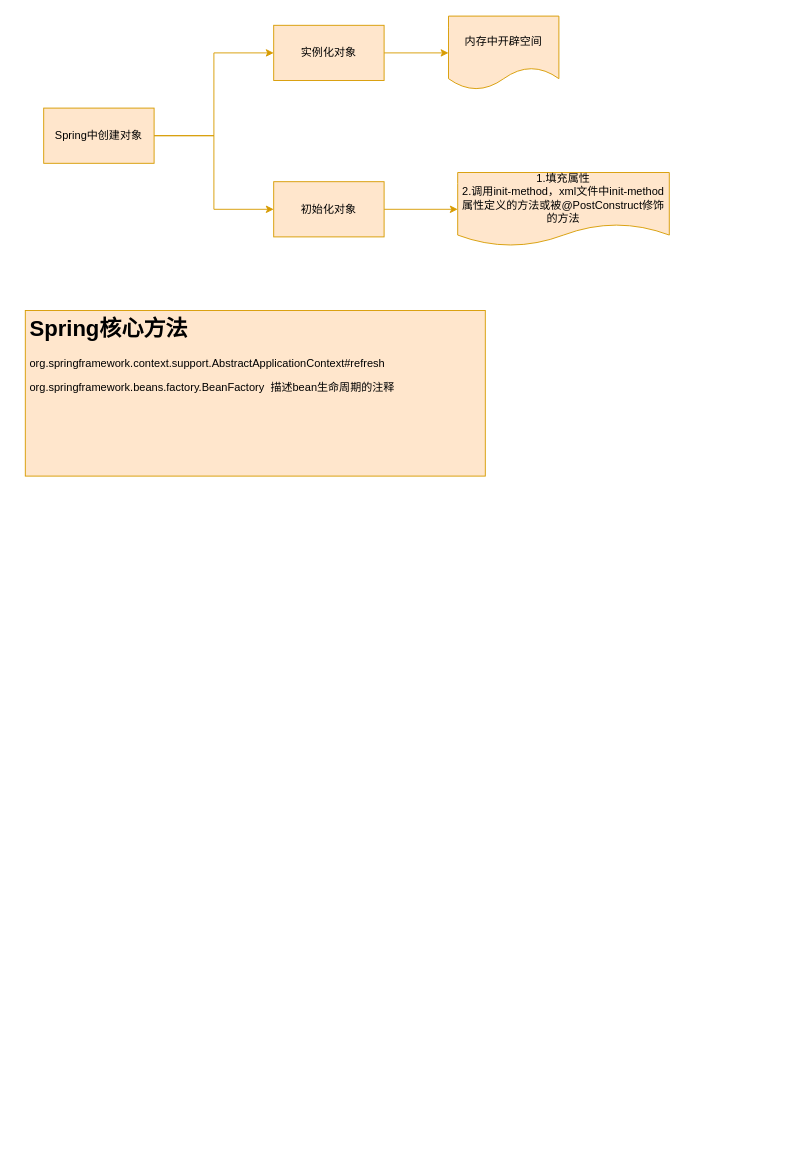
The draw.io diagram learn/spring.drawio in wenjunting50779/spring_learn, before the edit. Source tidied: cells renumbered, new cells numbered last; positions are measured from the earlier drawing's top-left corner, leaving out a move shared by most shapes. Both pictures are drawn from the tidied source at 92%, with x=0, y=0 at pixel (25, 16).
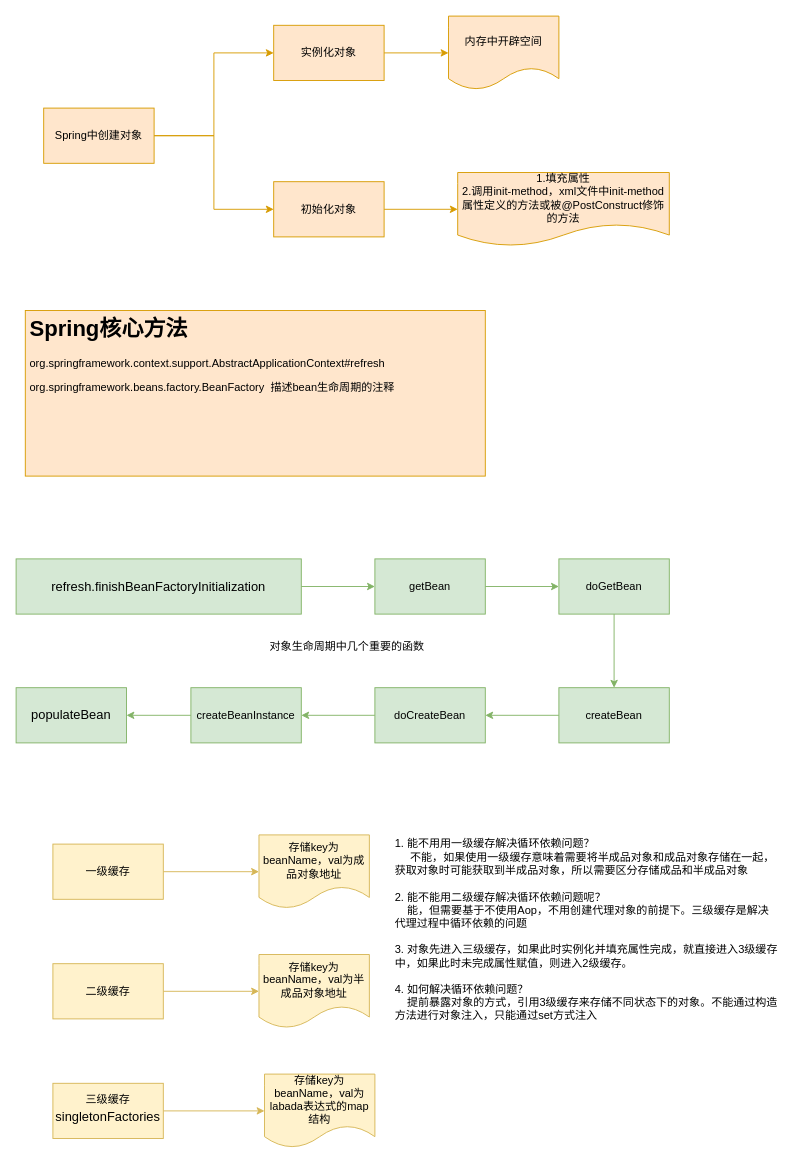
Above is the later version.

Diff of the diagram source:
```diff
@@
+    <mxCell id="12" style="edgeStyle=orthogonalEdgeStyle;rounded=0;jettySize=auto;html=1;exitX=1;exitY=0.5;exitDx=0;exitDy=0;fillColor=#d5e8d4;strokeColor=#82b366;" parent="1" edge="1" source="13" target="15">
+      <mxGeometry relative="1" as="geometry" />
+    </mxCell>
+    <mxCell id="13" value="&lt;div style=&quot;text-align: left ; line-height: 1.75 ; font-size: 14px&quot;&gt;refresh.&lt;span&gt;finishBeanFactoryInitialization&lt;/span&gt;&lt;/div&gt;" style="rounded=0;whiteSpace=wrap;html=1;fillColor=#d5e8d4;strokeColor=#82b366;" parent="1" vertex="1">
+      <mxGeometry x="-10" y="590" width="310" height="60" as="geometry" />
+    </mxCell>
+    <mxCell id="14" style="edgeStyle=orthogonalEdgeStyle;rounded=0;jettySize=auto;html=1;exitX=1;exitY=0.5;exitDx=0;exitDy=0;entryX=0;entryY=0.5;entryDx=0;entryDy=0;fillColor=#d5e8d4;strokeColor=#82b366;" parent="1" edge="1" source="15" target="17">
+      <mxGeometry relative="1" as="geometry" />
+    </mxCell>
+    <mxCell id="15" value="getBean" style="rounded=0;whiteSpace=wrap;html=1;fillColor=#d5e8d4;strokeColor=#82b366;" parent="1" vertex="1">
+      <mxGeometry x="380" y="590" width="120" height="60" as="geometry" />
+    </mxCell>
+    <mxCell id="16" style="edgeStyle=orthogonalEdgeStyle;rounded=0;jettySize=auto;html=1;exitX=0.5;exitY=1;exitDx=0;exitDy=0;entryX=0.5;entryY=0;entryDx=0;entryDy=0;fillColor=#d5e8d4;strokeColor=#82b366;" parent="1" edge="1" source="17" target="19">
+      <mxGeometry relative="1" as="geometry" />
+    </mxCell>
+    <mxCell id="17" value="doGetBean" style="rounded=0;whiteSpace=wrap;html=1;fillColor=#d5e8d4;strokeColor=#82b366;" parent="1" vertex="1">
+      <mxGeometry x="580" y="590" width="120" height="60" as="geometry" />
+    </mxCell>
+    <mxCell id="18" style="edgeStyle=orthogonalEdgeStyle;rounded=0;jettySize=auto;html=1;exitX=0;exitY=0.5;exitDx=0;exitDy=0;entryX=1;entryY=0.5;entryDx=0;entryDy=0;fillColor=#d5e8d4;strokeColor=#82b366;" parent="1" edge="1" source="19" target="21">
+      <mxGeometry relative="1" as="geometry" />
+    </mxCell>
+    <mxCell id="19" value="createBean" style="rounded=0;whiteSpace=wrap;html=1;fillColor=#d5e8d4;strokeColor=#82b366;" parent="1" vertex="1">
+      <mxGeometry x="580" y="730" width="120" height="60" as="geometry" />
+    </mxCell>
+    <mxCell id="20" style="edgeStyle=orthogonalEdgeStyle;rounded=0;jettySize=auto;html=1;exitX=0;exitY=0.5;exitDx=0;exitDy=0;entryX=1;entryY=0.5;entryDx=0;entryDy=0;fillColor=#d5e8d4;strokeColor=#82b366;" parent="1" edge="1" source="21" target="23">
+      <mxGeometry relative="1" as="geometry" />
+    </mxCell>
+    <mxCell id="21" value="doCreateBean" style="rounded=0;whiteSpace=wrap;html=1;fillColor=#d5e8d4;strokeColor=#82b366;" parent="1" vertex="1">
+      <mxGeometry x="380" y="730" width="120" height="60" as="geometry" />
+    </mxCell>
+    <mxCell id="22" style="edgeStyle=orthogonalEdgeStyle;rounded=0;jettySize=auto;html=1;fillColor=#d5e8d4;strokeColor=#82b366;" parent="1" edge="1" source="23" target="24">
+      <mxGeometry relative="1" as="geometry" />
+    </mxCell>
+    <mxCell id="23" value="createBeanInstance" style="rounded=0;whiteSpace=wrap;html=1;fillColor=#d5e8d4;strokeColor=#82b366;" parent="1" vertex="1">
+      <mxGeometry x="180" y="730" width="120" height="60" as="geometry" />
+    </mxCell>
+    <mxCell id="24" value="&lt;div style=&quot;text-align: left ; line-height: 1.75 ; font-size: 14px&quot;&gt;populateBean&lt;/div&gt;" style="rounded=0;whiteSpace=wrap;html=1;fillColor=#d5e8d4;strokeColor=#82b366;" parent="1" vertex="1">
+      <mxGeometry x="-10" y="730" width="120" height="60" as="geometry" />
+    </mxCell>
+    <mxCell id="25" style="edgeStyle=orthogonalEdgeStyle;rounded=0;jettySize=auto;html=1;exitX=1;exitY=0.5;exitDx=0;exitDy=0;entryX=0;entryY=0.5;entryDx=0;entryDy=0;fillColor=#fff2cc;strokeColor=#d6b656;" parent="1" edge="1" source="26" target="33">
+      <mxGeometry relative="1" as="geometry" />
+    </mxCell>
+    <mxCell id="26" value="一级缓存" style="rounded=0;whiteSpace=wrap;html=1;fillColor=#fff2cc;strokeColor=#d6b656;" parent="1" vertex="1">
+      <mxGeometry x="30" y="900" width="120" height="60" as="geometry" />
+    </mxCell>
+    <mxCell id="27" style="edgeStyle=orthogonalEdgeStyle;rounded=0;jettySize=auto;html=1;exitX=1;exitY=0.5;exitDx=0;exitDy=0;entryX=0;entryY=0.5;entryDx=0;entryDy=0;fillColor=#fff2cc;strokeColor=#d6b656;" parent="1" edge="1" source="28" target="32">
+      <mxGeometry relative="1" as="geometry" />
+    </mxCell>
+    <mxCell id="28" value="二级缓存" style="rounded=0;whiteSpace=wrap;html=1;fillColor=#fff2cc;strokeColor=#d6b656;" parent="1" vertex="1">
+      <mxGeometry x="30" y="1030" width="120" height="60" as="geometry" />
+    </mxCell>
+    <mxCell id="29" style="edgeStyle=orthogonalEdgeStyle;rounded=0;jettySize=auto;html=1;exitX=1;exitY=0.5;exitDx=0;exitDy=0;entryX=0;entryY=0.5;entryDx=0;entryDy=0;fillColor=#fff2cc;strokeColor=#d6b656;" parent="1" edge="1" source="30" target="31">
+      <mxGeometry relative="1" as="geometry" />
+    </mxCell>
+    <mxCell id="30" value="三级缓存&lt;br&gt;&lt;div style=&quot;text-align: left ; line-height: 1.75 ; font-size: 14px&quot;&gt;singletonFactories&lt;/div&gt;" style="rounded=0;whiteSpace=wrap;html=1;fillColor=#fff2cc;strokeColor=#d6b656;" parent="1" vertex="1">
+      <mxGeometry x="30" y="1160" width="120" height="60" as="geometry" />
+    </mxCell>
+    <mxCell id="31" value="存储key为beanName，val为labada表达式的map结构" style="shape=document;whiteSpace=wrap;html=1;boundedLbl=1;fillColor=#fff2cc;strokeColor=#d6b656;" parent="1" vertex="1">
+      <mxGeometry x="260" y="1150" width="120" height="80" as="geometry" />
+    </mxCell>
+    <mxCell id="32" value="存储key为beanName，val为半成品对象地址" style="shape=document;whiteSpace=wrap;html=1;boundedLbl=1;fillColor=#fff2cc;strokeColor=#d6b656;" parent="1" vertex="1">
+      <mxGeometry x="254" y="1020" width="120" height="80" as="geometry" />
+    </mxCell>
+    <mxCell id="33" value="存储key为beanName，val为成品对象地址" style="shape=document;whiteSpace=wrap;html=1;boundedLbl=1;fillColor=#fff2cc;strokeColor=#d6b656;" parent="1" vertex="1">
+      <mxGeometry x="254" y="890" width="120" height="80" as="geometry" />
+    </mxCell>
+    <mxCell id="34" value="1. 能不用用一级缓存解决循环依赖问题？&lt;br&gt;&amp;nbsp; &amp;nbsp; &amp;nbsp;不能，如果使用一级缓存意味着需要将半成品对象和成品对象存储在一起，获取对象时可能获取到半成品对象，所以需要区分存储成品和半成品对象&lt;br&gt;&lt;br&gt;2. 能不能用二级缓存解决循环依赖问题呢？&lt;br&gt;&amp;nbsp; &amp;nbsp; 能，但需要基于不使用Aop，不用创建代理对象的前提下。三级缓存是解决代理过程中循环依赖的问题&lt;br&gt;&lt;br&gt;3. 对象先进入三级缓存，如果此时实例化并填充属性完成，就直接进入3级缓存中，如果此时未完成属性赋值，则进入2级缓存。&lt;br&gt;&lt;br&gt;4. 如何解决循环依赖问题？&lt;br&gt;&amp;nbsp; &amp;nbsp; 提前暴露对象的方式，引用3级缓存来存储不同状态下的对象。不能通过构造方法进行对象注入，只能通过set方式注入&lt;br&gt;&lt;br&gt;&lt;br&gt;&lt;br&gt;" style="text;html=1;strokeColor=none;fillColor=none;align=left;verticalAlign=middle;whiteSpace=wrap;rounded=0;" parent="1" vertex="1">
+      <mxGeometry x="400" y="890" width="420" height="250" as="geometry" />
+    </mxCell>
+    <mxCell id="35" value="对象生命周期中几个重要的函数" style="text;html=1;strokeColor=none;fillColor=none;align=center;verticalAlign=middle;whiteSpace=wrap;rounded=0;" parent="1" vertex="1">
+      <mxGeometry x="260" y="670" width="180" height="30" as="geometry" />
+    </mxCell>
```
